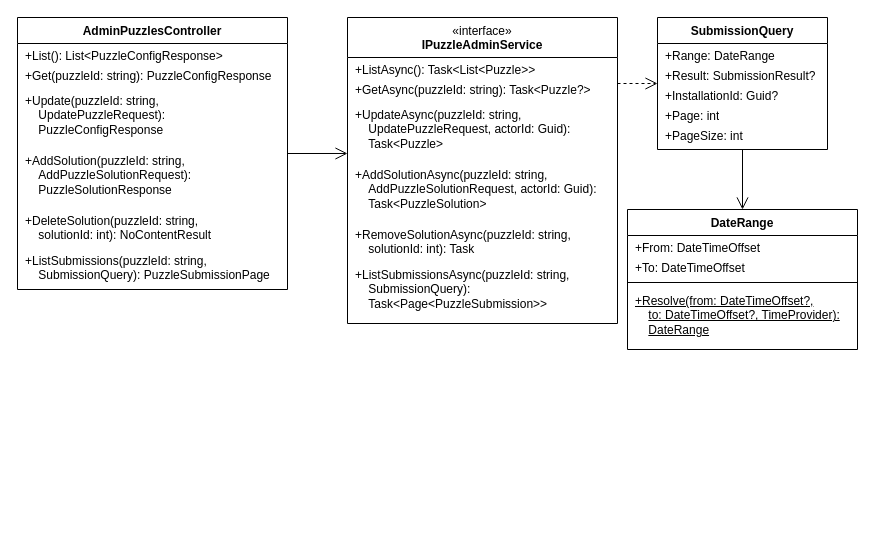
The draw.io diagram page "Quản lý câu đố" (9 of 9) of docs/thiet-ke/lop-may-chu/luoc-do-lop-may-chu.drawio in qivarnq3g/3-gio-12, before the edit. Source tidied: cells renumbered, new cells numbered last; positions are measured from the earlier drawing's top-left corner, leaving out a move shared by most shapes. Both pictures are drawn from the tidied source at 100%, with x=0, y=0 at pixel (17, 17).
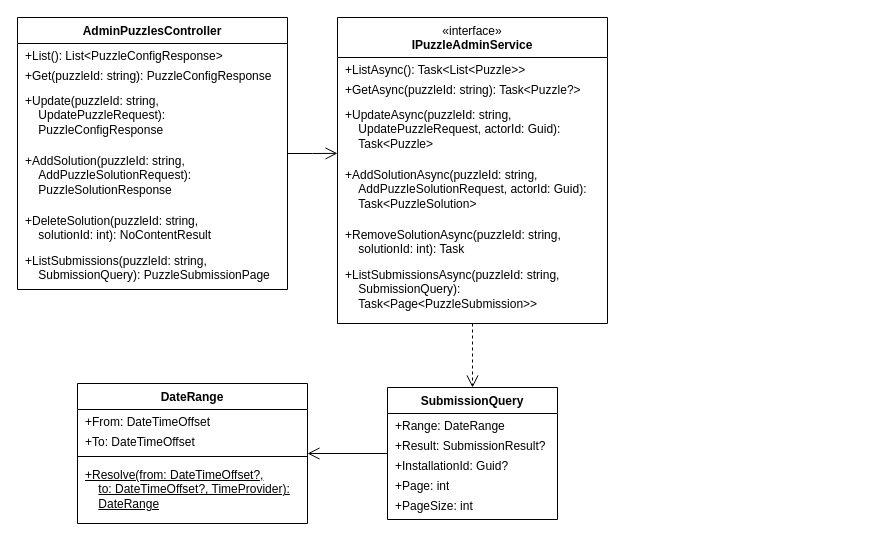
After the change.

Unchanged cells that the change refers to:
```xml
<mxCell id="2" value="&lt;b&gt;AdminPuzzlesController&lt;/b&gt;" style="swimlane;fontStyle=0;html=1;align=center;verticalAlign=top;horizontal=1;startSize=26;whiteSpace=wrap;fontFamily=Arial;fontSize=12;fillColor=#ffffff;swimlaneFillColor=#ffffff;" parent="1" vertex="1">
  <mxGeometry width="270" height="272" as="geometry" />
</mxCell>
```

Change to the diagram source:
```diff
@@
     <mxCell id="9" value="«interface»&lt;br&gt;&lt;b&gt;IPuzzleAdminService&lt;/b&gt;" style="swimlane;fontStyle=0;html=1;align=center;verticalAlign=top;horizontal=1;startSize=40;whiteSpace=wrap;fontFamily=Arial;fontSize=12;fillColor=#ffffff;swimlaneFillColor=#ffffff;" parent="1" vertex="1">
-      <mxGeometry x="330" width="270" height="306" as="geometry" />
+      <mxGeometry x="320" width="270" height="306" as="geometry" />
     </mxCell>
@@
     <mxCell id="16" value="&lt;b&gt;SubmissionQuery&lt;/b&gt;" style="swimlane;fontStyle=0;html=1;align=center;verticalAlign=top;horizontal=1;startSize=26;whiteSpace=wrap;fontFamily=Arial;fontSize=12;fillColor=#ffffff;swimlaneFillColor=#ffffff;" parent="1" vertex="1">
-      <mxGeometry x="640" width="170" height="132" as="geometry" />
+      <mxGeometry x="370" y="370" width="170" height="132" as="geometry" />
     </mxCell>
@@
     <mxCell id="22" value="&lt;b&gt;DateRange&lt;/b&gt;" style="swimlane;fontStyle=0;html=1;align=center;verticalAlign=top;horizontal=1;startSize=26;whiteSpace=wrap;fontFamily=Arial;fontSize=12;fillColor=#ffffff;swimlaneFillColor=#ffffff;" parent="1" vertex="1">
-      <mxGeometry x="610" y="192" width="230" height="140" as="geometry" />
+      <mxGeometry x="60" y="366" width="230" height="140" as="geometry" />
     </mxCell>
@@
-    <mxCell id="27" style="html=1;fontFamily=Arial;endArrow=open;endFill=0;endSize=10;edgeStyle=orthogonalEdgeStyle;rounded=0;fontSize=12;labelBackgroundColor=#ffffff;exitX=1;exitY=0.5;entryX=0;entryY=0.4444;exitPerimeter=0;entryPerimeter=0;" parent="1" edge="1" source="2" target="9">
+    <mxCell id="27" style="html=1;fontFamily=Arial;endArrow=open;endFill=0;endSize=10;edgeStyle=orthogonalEdgeStyle;rounded=0;fontSize=12;labelBackgroundColor=#ffffff;exitX=1;exitY=0.5;entryX=0;entryY=0.444;" parent="1" edge="1" source="2" target="9">
       <mxGeometry relative="1" as="geometry" />
     </mxCell>
-    <mxCell id="28" style="html=1;fontFamily=Arial;endArrow=open;endFill=0;endSize=10;dashed=1;edgeStyle=orthogonalEdgeStyle;rounded=0;fontSize=12;labelBackgroundColor=#ffffff;exitX=1;exitY=0.2157;entryX=0;entryY=0.5;exitPerimeter=0;entryPerimeter=0;" parent="1" edge="1" source="9" target="16">
+    <mxCell id="28" style="html=1;fontFamily=Arial;endArrow=open;endFill=0;endSize=10;dashed=1;edgeStyle=orthogonalEdgeStyle;rounded=0;fontSize=12;labelBackgroundColor=#ffffff;exitX=0.5;exitY=1;entryX=0.5;entryY=0;" parent="1" edge="1" source="9" target="16">
       <mxGeometry relative="1" as="geometry" />
     </mxCell>
-    <mxCell id="29" style="html=1;fontFamily=Arial;endArrow=open;endFill=0;endSize=10;edgeStyle=orthogonalEdgeStyle;rounded=0;fontSize=12;labelBackgroundColor=#ffffff;exitY=1;exitX=0.5;entryY=0;entryX=0.5;exitPerimeter=0;entryPerimeter=0;" parent="1" edge="1" source="16" target="22">
+    <mxCell id="29" style="html=1;fontFamily=Arial;endArrow=open;endFill=0;endSize=10;edgeStyle=orthogonalEdgeStyle;rounded=0;fontSize=12;labelBackgroundColor=#ffffff;exitX=0;exitY=0.5;entryX=1;entryY=0.5;" parent="1" edge="1" source="16" target="22">
       <mxGeometry relative="1" as="geometry" />
     </mxCell>
```
